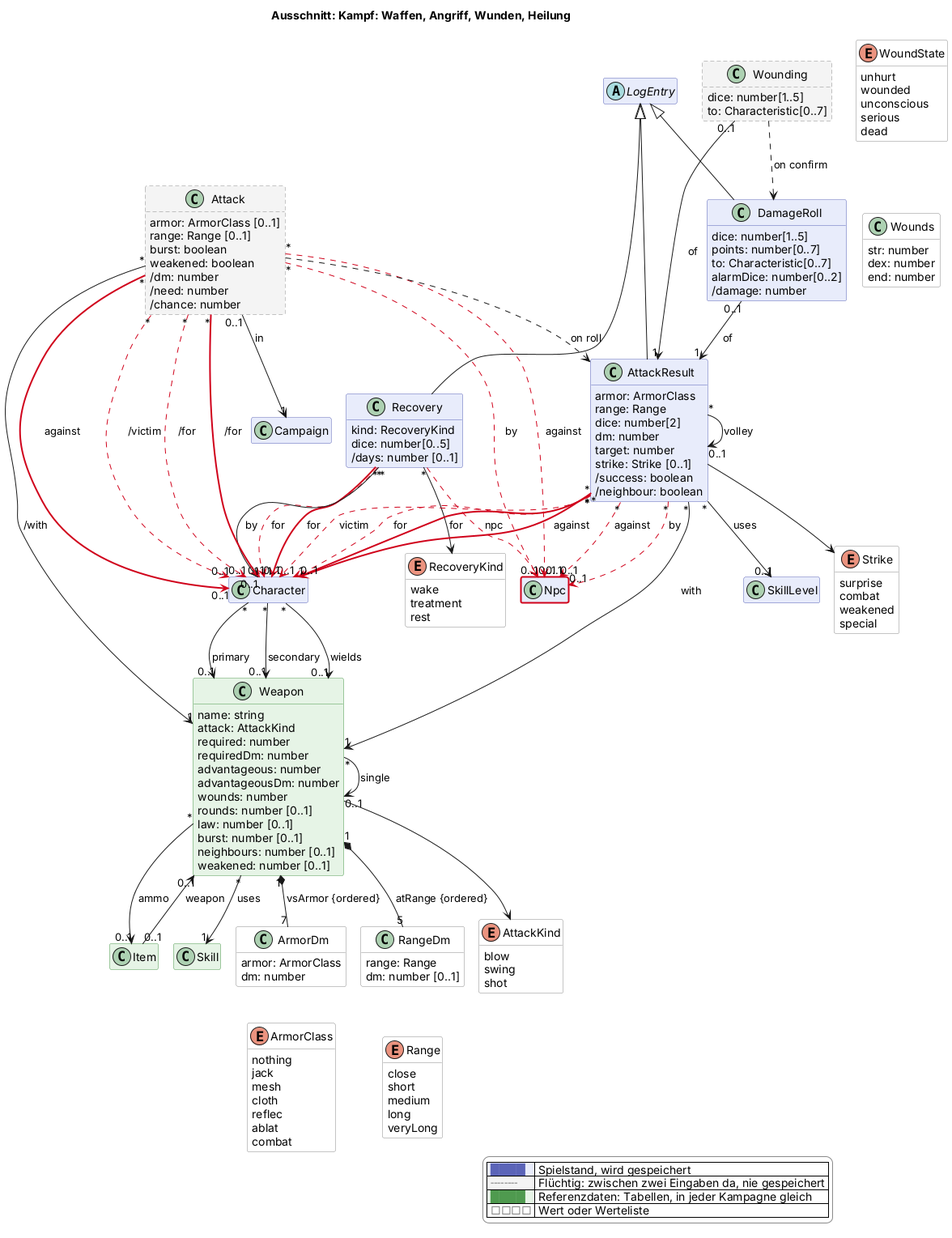
scuzzar/SRE keeps this PlantUML diagram as docs/views/kampf.png. Above is the earlier version.
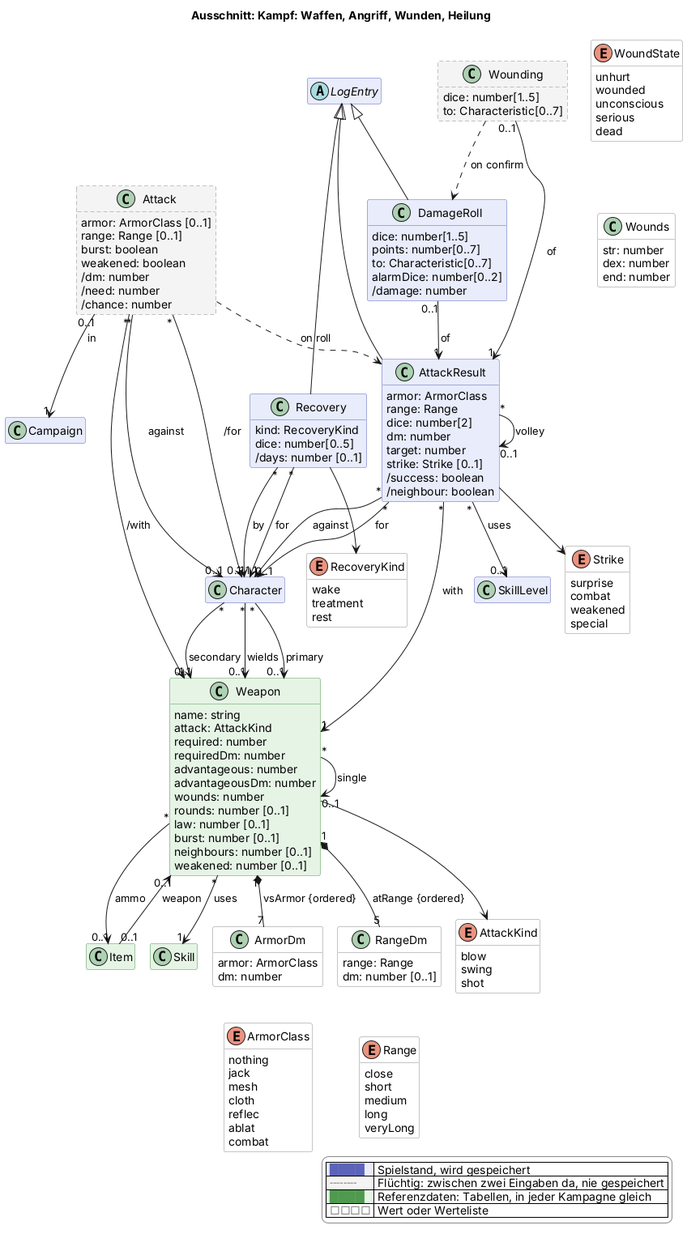
The same diagram one commit later.

What changed in the source:
```diff
@@ -120,7 +120,6 @@
     dice: number[1..5]
     to: Characteristic[0..7]
   }
-  class Npc $begegnung
   class Wounds <<value>> $kampf {
     str: number
     dex: number
@@ -201,28 +200,18 @@
 LogEntry <|-- AttackResult
 LogEntry <|-- DamageRoll
 LogEntry <|-- Recovery
-Recovery "*" -$goneArrow("2026-11-08c")-> "0..1" Character : for
-Recovery "*" -$newArrow("2026-11-08c")-> "1" Character : for
-Recovery "*" -$goneArrow("2026-11-08c")-> "0..1" Npc : npc
+Recovery "*" --> "1" Character : for
 Recovery "*" --> "0..1" Character : by
 Recovery --> RecoveryKind
 
 
 Attack "0..1" --> "1" Campaign : in
-Attack "*" -$goneArrow("2026-11-08c")-> "0..1" Character : /for
-Attack "*" -$newArrow("2026-11-08c")-> "1" Character : /for
-Attack "*" -$goneArrow("2026-11-08c")-> "0..1" Npc : by
-Attack "*" -$goneArrow("2026-11-08c")-> "0..1" Npc : against
-Attack "*" -$newArrow("2026-11-08c")-> "0..1" Character : against
-Attack "*" -$goneArrow("2026-11-08c")-> "0..1" Character : /victim
+Attack "*" --> "1" Character : /for
+Attack "*" --> "0..1" Character : against
 Attack "*" --> "1" Weapon : /with
 Attack ..> AttackResult : on roll
-AttackResult "*" -$goneArrow("2026-11-08c")-> "0..1" Character : for
-AttackResult "*" -$newArrow("2026-11-08c")-> "1" Character : for
-AttackResult "*" -$goneArrow("2026-11-08c")-> "0..1" Npc : by
-AttackResult "*" -$goneArrow("2026-11-08c")-> "0..1" Npc : against
-AttackResult "*" -$newArrow("2026-11-08c")-> "0..1" Character : against
-AttackResult "*" -$goneArrow("2026-11-08c")-> "0..1" Character : victim
+AttackResult "*" --> "1" Character : for
+AttackResult "*" --> "0..1" Character : against
 AttackResult "*" --> "1" Weapon : with
 AttackResult "*" --> "0..1" SkillLevel : uses
 AttackResult "*" --> "0..1" AttackResult : volley
@@ -241,5 +230,4 @@
   |<#e6f4e6> <color:#4f9a4f>████</color> | Referenzdaten: Tabellen, in jeder Kampagne gleich |
   |<#ffffff> <color:#8a8a8a>□□□□</color> | Wert oder Werteliste |
 endlegend
-class Npc #line:d0021b;line.bold
 @enduml
```
